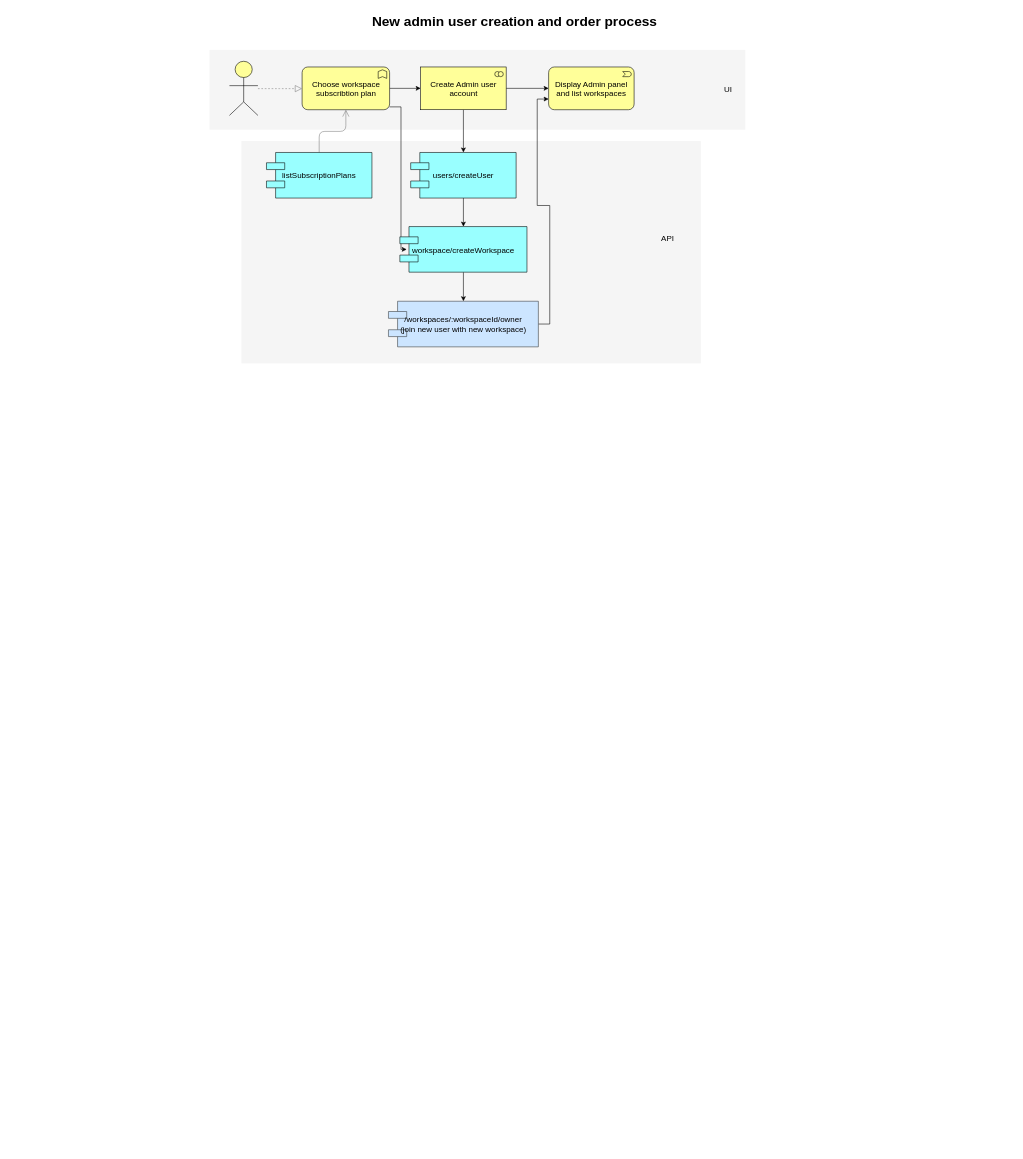
Above: New_admin_user.drawio in dgrynhagel/dgcluster (draw.io), before the change. Source tidied: cells renumbered, new cells numbered last; positions are measured from the earlier drawing's top-left corner, leaving out a move shared by most shapes. Both pictures are drawn from the tidied source at 57%, with x=0, y=0 at pixel (61, 10).
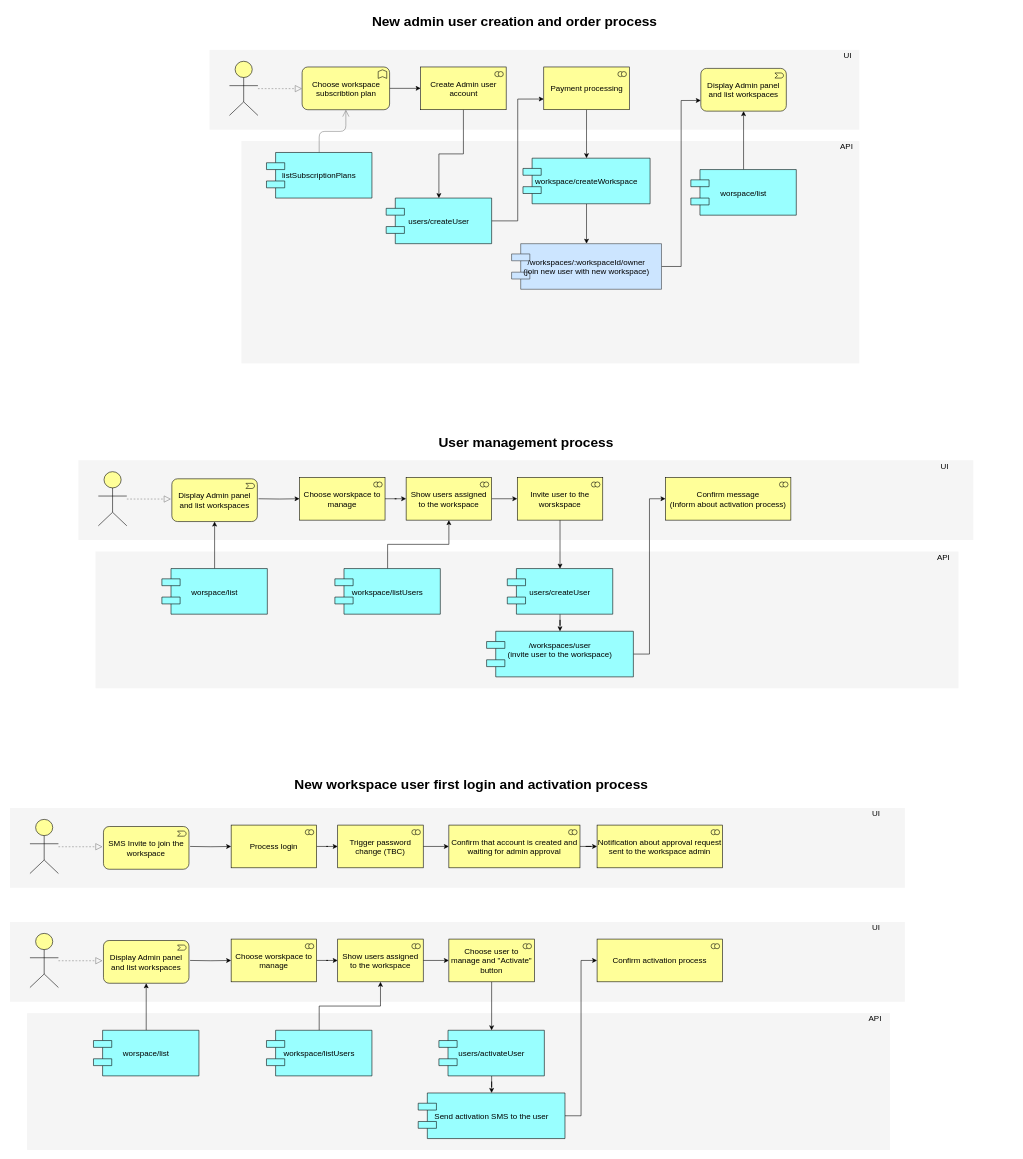
The same diagram, later.

The change refers to these unchanged cells:
```xml
<mxCell id="10" value="Choose workspace subscribtion plan" style="html=1;whiteSpace=wrap;fillColor=#ffff99;shape=mxgraph.archimate3.application;appType=func;archiType=rounded;fontSize=14;" parent="1" vertex="1">
  <mxGeometry x="422.5" y="100" width="153.5" height="75" as="geometry" />
</mxCell>
<mxCell id="13" value="Create Admin user account" style="html=1;whiteSpace=wrap;fillColor=#ffff99;shape=mxgraph.archimate3.application;appType=collab;archiType=square;fontSize=14;" parent="1" vertex="1">
  <mxGeometry x="630.5" y="100" width="150" height="75" as="geometry" />
</mxCell>
```

Diff of the diagram source:
```diff
@@
     <mxCell id="2" style="whiteSpace=wrap;html=1;strokeColor=none;strokeWidth=1;fillColor=#f5f5f5;fontSize=14;" parent="1" vertex="1">
-      <mxGeometry x="316" y="230" width="806" height="390" as="geometry" />
+      <mxGeometry x="316" y="230" width="1084" height="390" as="geometry" />
     </mxCell>
     <mxCell id="3" style="whiteSpace=wrap;html=1;strokeColor=none;strokeWidth=1;fillColor=#f5f5f5;fontSize=14;" parent="1" vertex="1">
-      <mxGeometry x="260" y="70" width="940" height="140" as="geometry" />
+      <mxGeometry x="260" y="70" width="1140" height="140" as="geometry" />
     </mxCell>
@@
-    <mxCell id="6" style="edgeStyle=orthogonalEdgeStyle;rounded=0;jettySize=auto;html=1;" parent="1" edge="1" source="7" target="22">
-      <mxGeometry relative="1" as="geometry" />
-    </mxCell>
+    <mxCell id="24" style="edgeStyle=orthogonalEdgeStyle;rounded=0;jettySize=auto;html=1;entryX=0;entryY=0.75;entryDx=0;entryDy=0;entryPerimeter=0;" parent="1" edge="1" source="7" target="89">
+      <mxGeometry relative="1" as="geometry" />
+    </mxCell>
     <mxCell id="7" value="users/createUser" style="shape=component;align=center;fillColor=#99ffff;gradientColor=none;fontSize=14;" parent="1" vertex="1">
-      <mxGeometry x="613" y="250" width="185" height="80" as="geometry" />
+      <mxGeometry x="570" y="330" width="185" height="80" as="geometry" />
     </mxCell>
@@
-    <mxCell id="9" style="edgeStyle=orthogonalEdgeStyle;rounded=0;jettySize=auto;html=1;" parent="1" edge="1" source="10">
-      <mxGeometry relative="1" as="geometry">
-        <mxPoint x="606" y="420" as="targetPoint" />
-        <Array as="points">
-          <mxPoint x="596" y="170" />
-          <mxPoint x="596" y="420" />
-        </Array>
-      </mxGeometry>
-    </mxCell>
@@
-    <mxCell id="12" style="edgeStyle=orthogonalEdgeStyle;rounded=0;jettySize=auto;html=1;" parent="1" edge="1" source="13" target="14">
-      <mxGeometry relative="1" as="geometry" />
-    </mxCell>
@@
     <mxCell id="14" value="Display Admin panel and list workspaces" style="html=1;whiteSpace=wrap;fillColor=#ffff99;shape=mxgraph.archimate3.application;appType=event;archiType=rounded;fontSize=14;" parent="1" vertex="1">
-      <mxGeometry x="855" y="100" width="150" height="75" as="geometry" />
+      <mxGeometry x="1122" y="102.5" width="150" height="75" as="geometry" />
     </mxCell>
-    <mxCell id="15" value="API&amp;nbsp;" style="text;html=1;strokeColor=none;fillColor=none;align=center;verticalAlign=middle;whiteSpace=wrap;fontSize=14;" parent="1" vertex="1">
-      <mxGeometry x="946" y="390" width="240" height="20" as="geometry" />
-    </mxCell>
-    <mxCell id="16" value="UI" style="text;html=1;strokeColor=none;fillColor=none;align=center;verticalAlign=middle;whiteSpace=wrap;fontSize=14;" parent="1" vertex="1">
-      <mxGeometry x="1050" y="130" width="240" height="20" as="geometry" />
-    </mxCell>
@@
     <mxCell id="22" value="workspace/createWorkspace" style="shape=component;align=center;fillColor=#99ffff;gradientColor=none;fontSize=14;" parent="1" vertex="1">
-      <mxGeometry x="594" y="380" width="223" height="80" as="geometry" />
+      <mxGeometry x="810" y="260" width="223" height="80" as="geometry" />
     </mxCell>
     <mxCell id="23" value="/workspaces/:workspaceId/owner&#10;(join new user with new workspace)" style="shape=component;align=center;fillColor=#cce5ff;fontSize=14;strokeColor=#36393d;" parent="1" vertex="1">
-      <mxGeometry x="574" y="511" width="263" height="80" as="geometry" />
+      <mxGeometry x="790" y="410" width="263" height="80" as="geometry" />
     </mxCell>
+    <mxCell id="25" value="User management process" style="text;strokeColor=none;fillColor=none;html=1;fontSize=24;fontStyle=1;verticalAlign=middle;align=center;" parent="1" vertex="1">
+      <mxGeometry x="20" y="740" width="1590" height="40" as="geometry" />
+    </mxCell>
+    <mxCell id="26" style="whiteSpace=wrap;html=1;strokeColor=none;strokeWidth=1;fillColor=#f5f5f5;fontSize=14;" parent="1" vertex="1">
+      <mxGeometry x="60" y="950" width="1514" height="240" as="geometry" />
+    </mxCell>
+    <mxCell id="27" style="whiteSpace=wrap;html=1;strokeColor=none;strokeWidth=1;fillColor=#f5f5f5;fontSize=14;" parent="1" vertex="1">
+      <mxGeometry x="30" y="790" width="1570" height="140" as="geometry" />
+    </mxCell>
+    <mxCell id="28" style="edgeStyle=orthogonalEdgeStyle;rounded=0;jettySize=auto;html=1;" parent="1" edge="1" target="30">
+      <mxGeometry relative="1" as="geometry">
+        <mxPoint x="346" y="857.5" as="sourcePoint" />
+      </mxGeometry>
+    </mxCell>
+    <mxCell id="29" style="edgeStyle=orthogonalEdgeStyle;rounded=0;jettySize=auto;html=1;entryX=0;entryY=0.5;entryDx=0;entryDy=0;entryPerimeter=0;" parent="1" edge="1" source="30" target="41">
+      <mxGeometry relative="1" as="geometry" />
+    </mxCell>
+    <mxCell id="30" value="Choose worskpace to manage" style="html=1;whiteSpace=wrap;fillColor=#ffff99;shape=mxgraph.archimate3.application;appType=collab;archiType=square;fontSize=14;" parent="1" vertex="1">
+      <mxGeometry x="418" y="820" width="150" height="75" as="geometry" />
+    </mxCell>
+    <mxCell id="31" value="Display Admin panel and list workspaces" style="html=1;whiteSpace=wrap;fillColor=#ffff99;shape=mxgraph.archimate3.application;appType=event;archiType=rounded;fontSize=14;" parent="1" vertex="1">
+      <mxGeometry x="194" y="822.5" width="150" height="75" as="geometry" />
+    </mxCell>
+    <mxCell id="32" value="API&amp;nbsp;" style="text;html=1;strokeColor=none;fillColor=none;align=center;verticalAlign=middle;whiteSpace=wrap;fontSize=14;" parent="1" vertex="1">
+      <mxGeometry x="1430" y="950" width="240" height="20" as="geometry" />
+    </mxCell>
+    <mxCell id="33" value="UI" style="text;html=1;strokeColor=none;fillColor=none;align=center;verticalAlign=middle;whiteSpace=wrap;fontSize=14;" parent="1" vertex="1">
+      <mxGeometry x="1430" y="790" width="240" height="20" as="geometry" />
+    </mxCell>
+    <mxCell id="34" style="edgeStyle=elbowEdgeStyle;rounded=1;elbow=vertical;html=1;dashed=1;startSize=10;endArrow=block;endFill=0;endSize=10;jettySize=auto;strokeColor=#808080;fontSize=14;" parent="1" edge="1" source="35">
+      <mxGeometry relative="1" as="geometry">
+        <mxPoint x="192.5" y="858" as="targetPoint" />
+      </mxGeometry>
+    </mxCell>
+    <mxCell id="35" style="html=1;whiteSpace=wrap;fillColor=#ffff99;shape=mxgraph.archimate3.actor;fontSize=14;" parent="1" vertex="1">
+      <mxGeometry x="65" y="810" width="50" height="95" as="geometry" />
+    </mxCell>
+    <mxCell id="36" style="edgeStyle=orthogonalEdgeStyle;rounded=0;jettySize=auto;html=1;entryX=0.5;entryY=1;entryDx=0;entryDy=0;entryPerimeter=0;" parent="1" edge="1" source="37" target="14">
+      <mxGeometry relative="1" as="geometry" />
+    </mxCell>
+    <mxCell id="37" value="worspace/list" style="shape=component;align=center;fillColor=#99ffff;gradientColor=none;fontSize=14;" parent="1" vertex="1">
+      <mxGeometry x="1104.5" y="280" width="185" height="80" as="geometry" />
+    </mxCell>
+    <mxCell id="38" style="edgeStyle=orthogonalEdgeStyle;rounded=0;jettySize=auto;html=1;" parent="1" edge="1" source="39" target="31">
+      <mxGeometry relative="1" as="geometry" />
+    </mxCell>
+    <mxCell id="39" value="worspace/list" style="shape=component;align=center;fillColor=#99ffff;gradientColor=none;fontSize=14;" parent="1" vertex="1">
+      <mxGeometry x="176.5" y="980" width="185" height="80" as="geometry" />
+    </mxCell>
+    <mxCell id="40" style="edgeStyle=orthogonalEdgeStyle;rounded=0;jettySize=auto;html=1;entryX=0;entryY=0.5;entryDx=0;entryDy=0;entryPerimeter=0;" parent="1" edge="1" source="41" target="45">
+      <mxGeometry relative="1" as="geometry" />
+    </mxCell>
+    <mxCell id="41" value="Show users assigned to the workspace" style="html=1;whiteSpace=wrap;fillColor=#ffff99;shape=mxgraph.archimate3.application;appType=collab;archiType=square;fontSize=14;" parent="1" vertex="1">
+      <mxGeometry x="605" y="820" width="150" height="75" as="geometry" />
+    </mxCell>
+    <mxCell id="42" style="edgeStyle=orthogonalEdgeStyle;rounded=0;jettySize=auto;html=1;entryX=0.5;entryY=1;entryDx=0;entryDy=0;entryPerimeter=0;" parent="1" edge="1" source="43" target="41">
+      <mxGeometry relative="1" as="geometry" />
+    </mxCell>
+    <mxCell id="43" value="workspace/listUsers" style="shape=component;align=center;fillColor=#99ffff;gradientColor=none;fontSize=14;" parent="1" vertex="1">
+      <mxGeometry x="480" y="980" width="185" height="80" as="geometry" />
+    </mxCell>
+    <mxCell id="44" style="edgeStyle=orthogonalEdgeStyle;rounded=0;jettySize=auto;html=1;" parent="1" edge="1" source="45" target="47">
+      <mxGeometry relative="1" as="geometry" />
+    </mxCell>
+    <mxCell id="45" value="Invite user to the worskspace" style="html=1;whiteSpace=wrap;fillColor=#ffff99;shape=mxgraph.archimate3.application;appType=collab;archiType=square;fontSize=14;" parent="1" vertex="1">
+      <mxGeometry x="800" y="820" width="150" height="75" as="geometry" />
+    </mxCell>
+    <mxCell id="46" style="edgeStyle=orthogonalEdgeStyle;rounded=0;jettySize=auto;html=1;entryX=0.5;entryY=0;entryDx=0;entryDy=0;" parent="1" edge="1" source="47" target="49">
+      <mxGeometry relative="1" as="geometry" />
+    </mxCell>
+    <mxCell id="47" value="users/createUser" style="shape=component;align=center;fillColor=#99ffff;gradientColor=none;fontSize=14;" parent="1" vertex="1">
+      <mxGeometry x="782.5" y="980" width="185" height="80" as="geometry" />
+    </mxCell>
+    <mxCell id="48" style="edgeStyle=orthogonalEdgeStyle;rounded=0;jettySize=auto;html=1;entryX=0;entryY=0.5;entryDx=0;entryDy=0;entryPerimeter=0;" parent="1" edge="1" source="49" target="50">
+      <mxGeometry relative="1" as="geometry" />
+    </mxCell>
+    <mxCell id="49" value="/workspaces/user&#10;(invite user to the workspace)&#10;" style="shape=component;align=center;fillColor=#99ffff;gradientColor=none;fontSize=14;" parent="1" vertex="1">
+      <mxGeometry x="746.2" y="1090" width="257.5" height="80" as="geometry" />
+    </mxCell>
+    <mxCell id="50" value="Confirm message&lt;br&gt;(Inform about activation process)" style="html=1;whiteSpace=wrap;fillColor=#ffff99;shape=mxgraph.archimate3.application;appType=collab;archiType=square;fontSize=14;" parent="1" vertex="1">
+      <mxGeometry x="1060" y="820" width="220" height="75" as="geometry" />
+    </mxCell>
+    <mxCell id="51" value="New workspace user first login and activation process" style="text;strokeColor=none;fillColor=none;html=1;fontSize=24;fontStyle=1;verticalAlign=middle;align=center;" parent="1" vertex="1">
+      <mxGeometry x="-76" y="1340" width="1590" height="40" as="geometry" />
+    </mxCell>
+    <mxCell id="52" style="whiteSpace=wrap;html=1;strokeColor=none;strokeWidth=1;fillColor=#f5f5f5;fontSize=14;" parent="1" vertex="1">
+      <mxGeometry x="-60" y="1760" width="1514" height="240" as="geometry" />
+    </mxCell>
+    <mxCell id="53" style="whiteSpace=wrap;html=1;strokeColor=none;strokeWidth=1;fillColor=#f5f5f5;fontSize=14;" parent="1" vertex="1">
+      <mxGeometry x="-90" y="1600" width="1570" height="140" as="geometry" />
+    </mxCell>
+    <mxCell id="54" style="edgeStyle=orthogonalEdgeStyle;rounded=0;jettySize=auto;html=1;" parent="1" edge="1" target="56">
+      <mxGeometry relative="1" as="geometry">
+        <mxPoint x="226" y="1667.5" as="sourcePoint" />
+      </mxGeometry>
+    </mxCell>
+    <mxCell id="55" style="edgeStyle=orthogonalEdgeStyle;rounded=0;jettySize=auto;html=1;entryX=0;entryY=0.5;entryDx=0;entryDy=0;entryPerimeter=0;" parent="1" edge="1" source="56" target="65">
+      <mxGeometry relative="1" as="geometry" />
+    </mxCell>
+    <mxCell id="56" value="Choose worskpace to manage" style="html=1;whiteSpace=wrap;fillColor=#ffff99;shape=mxgraph.archimate3.application;appType=collab;archiType=square;fontSize=14;" parent="1" vertex="1">
+      <mxGeometry x="298" y="1630" width="150" height="75" as="geometry" />
+    </mxCell>
+    <mxCell id="57" value="Display Admin panel and list workspaces" style="html=1;whiteSpace=wrap;fillColor=#ffff99;shape=mxgraph.archimate3.application;appType=event;archiType=rounded;fontSize=14;" parent="1" vertex="1">
+      <mxGeometry x="74" y="1632.5" width="150" height="75" as="geometry" />
+    </mxCell>
+    <mxCell id="58" value="API&amp;nbsp;" style="text;html=1;strokeColor=none;fillColor=none;align=center;verticalAlign=middle;whiteSpace=wrap;fontSize=14;" parent="1" vertex="1">
+      <mxGeometry x="1310" y="1760" width="240" height="20" as="geometry" />
+    </mxCell>
+    <mxCell id="59" value="UI" style="text;html=1;strokeColor=none;fillColor=none;align=center;verticalAlign=middle;whiteSpace=wrap;fontSize=14;" parent="1" vertex="1">
+      <mxGeometry x="1310" y="1600" width="240" height="20" as="geometry" />
+    </mxCell>
+    <mxCell id="60" style="edgeStyle=elbowEdgeStyle;rounded=1;elbow=vertical;html=1;dashed=1;startSize=10;endArrow=block;endFill=0;endSize=10;jettySize=auto;strokeColor=#808080;fontSize=14;" parent="1" edge="1" source="61">
+      <mxGeometry relative="1" as="geometry">
+        <mxPoint x="72.5" y="1668" as="targetPoint" />
+      </mxGeometry>
+    </mxCell>
+    <mxCell id="61" style="html=1;whiteSpace=wrap;fillColor=#ffff99;shape=mxgraph.archimate3.actor;fontSize=14;" parent="1" vertex="1">
+      <mxGeometry x="-55" y="1620" width="50" height="95" as="geometry" />
+    </mxCell>
+    <mxCell id="62" style="edgeStyle=orthogonalEdgeStyle;rounded=0;jettySize=auto;html=1;" parent="1" edge="1" source="63" target="57">
+      <mxGeometry relative="1" as="geometry" />
+    </mxCell>
+    <mxCell id="63" value="worspace/list" style="shape=component;align=center;fillColor=#99ffff;gradientColor=none;fontSize=14;" parent="1" vertex="1">
+      <mxGeometry x="56.5" y="1790" width="185" height="80" as="geometry" />
+    </mxCell>
+    <mxCell id="64" style="edgeStyle=orthogonalEdgeStyle;rounded=0;jettySize=auto;html=1;entryX=0;entryY=0.5;entryDx=0;entryDy=0;entryPerimeter=0;" parent="1" edge="1" source="65" target="69">
+      <mxGeometry relative="1" as="geometry" />
+    </mxCell>
+    <mxCell id="65" value="Show users assigned to the workspace" style="html=1;whiteSpace=wrap;fillColor=#ffff99;shape=mxgraph.archimate3.application;appType=collab;archiType=square;fontSize=14;" parent="1" vertex="1">
+      <mxGeometry x="485" y="1630" width="150" height="75" as="geometry" />
+    </mxCell>
+    <mxCell id="66" style="edgeStyle=orthogonalEdgeStyle;rounded=0;jettySize=auto;html=1;entryX=0.5;entryY=1;entryDx=0;entryDy=0;entryPerimeter=0;" parent="1" edge="1" source="67" target="65">
+      <mxGeometry relative="1" as="geometry" />
+    </mxCell>
+    <mxCell id="67" value="workspace/listUsers" style="shape=component;align=center;fillColor=#99ffff;gradientColor=none;fontSize=14;" parent="1" vertex="1">
+      <mxGeometry x="360" y="1790" width="185" height="80" as="geometry" />
+    </mxCell>
+    <mxCell id="68" style="edgeStyle=orthogonalEdgeStyle;rounded=0;jettySize=auto;html=1;" parent="1" edge="1" source="69" target="71">
+      <mxGeometry relative="1" as="geometry" />
+    </mxCell>
+    <mxCell id="69" value="Choose user to manage and &quot;Activate&quot; button" style="html=1;whiteSpace=wrap;fillColor=#ffff99;shape=mxgraph.archimate3.application;appType=collab;archiType=square;fontSize=14;" parent="1" vertex="1">
+      <mxGeometry x="680" y="1630" width="150" height="75" as="geometry" />
+    </mxCell>
+    <mxCell id="70" style="edgeStyle=orthogonalEdgeStyle;rounded=0;jettySize=auto;html=1;entryX=0.5;entryY=0;entryDx=0;entryDy=0;" parent="1" edge="1" source="71" target="73">
+      <mxGeometry relative="1" as="geometry" />
+    </mxCell>
+    <mxCell id="71" value="users/activateUser" style="shape=component;align=center;fillColor=#99ffff;gradientColor=none;fontSize=14;" parent="1" vertex="1">
+      <mxGeometry x="662.5" y="1790" width="185" height="80" as="geometry" />
+    </mxCell>
+    <mxCell id="72" style="edgeStyle=orthogonalEdgeStyle;rounded=0;jettySize=auto;html=1;entryX=0;entryY=0.5;entryDx=0;entryDy=0;entryPerimeter=0;" parent="1" edge="1" source="73" target="74">
+      <mxGeometry relative="1" as="geometry" />
+    </mxCell>
+    <mxCell id="73" value="Send activation SMS to the user" style="shape=component;align=center;fillColor=#99ffff;gradientColor=none;fontSize=14;" parent="1" vertex="1">
+      <mxGeometry x="626.2" y="1900" width="257.5" height="80" as="geometry" />
+    </mxCell>
+    <mxCell id="74" value="Confirm activation process" style="html=1;whiteSpace=wrap;fillColor=#ffff99;shape=mxgraph.archimate3.application;appType=collab;archiType=square;fontSize=14;" parent="1" vertex="1">
+      <mxGeometry x="940" y="1630" width="220" height="75" as="geometry" />
+    </mxCell>
+    <mxCell id="75" style="whiteSpace=wrap;html=1;strokeColor=none;strokeWidth=1;fillColor=#f5f5f5;fontSize=14;" parent="1" vertex="1">
+      <mxGeometry x="-90" y="1400" width="1570" height="140" as="geometry" />
+    </mxCell>
+    <mxCell id="76" style="edgeStyle=orthogonalEdgeStyle;rounded=0;jettySize=auto;html=1;" parent="1" edge="1" target="78">
+      <mxGeometry relative="1" as="geometry">
+        <mxPoint x="226" y="1467.5" as="sourcePoint" />
+      </mxGeometry>
+    </mxCell>
+    <mxCell id="77" style="edgeStyle=orthogonalEdgeStyle;rounded=0;jettySize=auto;html=1;entryX=0;entryY=0.5;entryDx=0;entryDy=0;entryPerimeter=0;" parent="1" edge="1" source="78" target="84">
+      <mxGeometry relative="1" as="geometry" />
+    </mxCell>
+    <mxCell id="78" value="Process login" style="html=1;whiteSpace=wrap;fillColor=#ffff99;shape=mxgraph.archimate3.application;appType=collab;archiType=square;fontSize=14;" parent="1" vertex="1">
+      <mxGeometry x="298" y="1430" width="150" height="75" as="geometry" />
+    </mxCell>
+    <mxCell id="79" value="SMS Invite to join the workspace" style="html=1;whiteSpace=wrap;fillColor=#ffff99;shape=mxgraph.archimate3.application;appType=event;archiType=rounded;fontSize=14;" parent="1" vertex="1">
+      <mxGeometry x="74" y="1432.5" width="150" height="75" as="geometry" />
+    </mxCell>
+    <mxCell id="80" value="UI" style="text;html=1;strokeColor=none;fillColor=none;align=center;verticalAlign=middle;whiteSpace=wrap;fontSize=14;" parent="1" vertex="1">
+      <mxGeometry x="1310" y="1400" width="240" height="20" as="geometry" />
+    </mxCell>
+    <mxCell id="81" style="edgeStyle=elbowEdgeStyle;rounded=1;elbow=vertical;html=1;dashed=1;startSize=10;endArrow=block;endFill=0;endSize=10;jettySize=auto;strokeColor=#808080;fontSize=14;" parent="1" edge="1" source="82">
+      <mxGeometry relative="1" as="geometry">
+        <mxPoint x="72.5" y="1468" as="targetPoint" />
+      </mxGeometry>
+    </mxCell>
+    <mxCell id="82" style="html=1;whiteSpace=wrap;fillColor=#ffff99;shape=mxgraph.archimate3.actor;fontSize=14;" parent="1" vertex="1">
+      <mxGeometry x="-55" y="1420" width="50" height="95" as="geometry" />
+    </mxCell>
+    <mxCell id="83" style="edgeStyle=orthogonalEdgeStyle;rounded=0;jettySize=auto;html=1;entryX=0;entryY=0.5;entryDx=0;entryDy=0;entryPerimeter=0;" parent="1" edge="1" source="84" target="86">
+      <mxGeometry relative="1" as="geometry" />
+    </mxCell>
+    <mxCell id="84" value="Trigger password change (TBC)" style="html=1;whiteSpace=wrap;fillColor=#ffff99;shape=mxgraph.archimate3.application;appType=collab;archiType=square;fontSize=14;" parent="1" vertex="1">
+      <mxGeometry x="485" y="1430" width="150" height="75" as="geometry" />
+    </mxCell>
+    <mxCell id="85" style="edgeStyle=orthogonalEdgeStyle;rounded=0;jettySize=auto;html=1;" parent="1" edge="1" source="86" target="87">
+      <mxGeometry relative="1" as="geometry" />
+    </mxCell>
+    <mxCell id="86" value="Confirm that account is created and waiting for admin approval" style="html=1;whiteSpace=wrap;fillColor=#ffff99;shape=mxgraph.archimate3.application;appType=collab;archiType=square;fontSize=14;" parent="1" vertex="1">
+      <mxGeometry x="680" y="1430" width="230" height="75" as="geometry" />
+    </mxCell>
+    <mxCell id="87" value="Notification about approval request sent to the workspace admin" style="html=1;whiteSpace=wrap;fillColor=#ffff99;shape=mxgraph.archimate3.application;appType=collab;archiType=square;fontSize=14;" parent="1" vertex="1">
+      <mxGeometry x="940" y="1430" width="220" height="75" as="geometry" />
+    </mxCell>
+    <mxCell id="88" style="edgeStyle=orthogonalEdgeStyle;rounded=0;jettySize=auto;html=1;" parent="1" edge="1" source="89" target="22">
+      <mxGeometry relative="1" as="geometry" />
+    </mxCell>
+    <mxCell id="89" value="Payment processing" style="html=1;whiteSpace=wrap;fillColor=#ffff99;shape=mxgraph.archimate3.application;appType=collab;archiType=square;fontSize=14;" parent="1" vertex="1">
+      <mxGeometry x="846.5" y="100" width="150" height="75" as="geometry" />
+    </mxCell>
+    <mxCell id="90" value="UI" style="text;html=1;strokeColor=none;fillColor=none;align=center;verticalAlign=middle;whiteSpace=wrap;fontSize=14;" parent="1" vertex="1">
+      <mxGeometry x="1260" y="70" width="240" height="20" as="geometry" />
+    </mxCell>
+    <mxCell id="91" value="API&amp;nbsp;" style="text;html=1;strokeColor=none;fillColor=none;align=center;verticalAlign=middle;whiteSpace=wrap;fontSize=14;" parent="1" vertex="1">
+      <mxGeometry x="1260" y="230" width="240" height="20" as="geometry" />
+    </mxCell>
```
